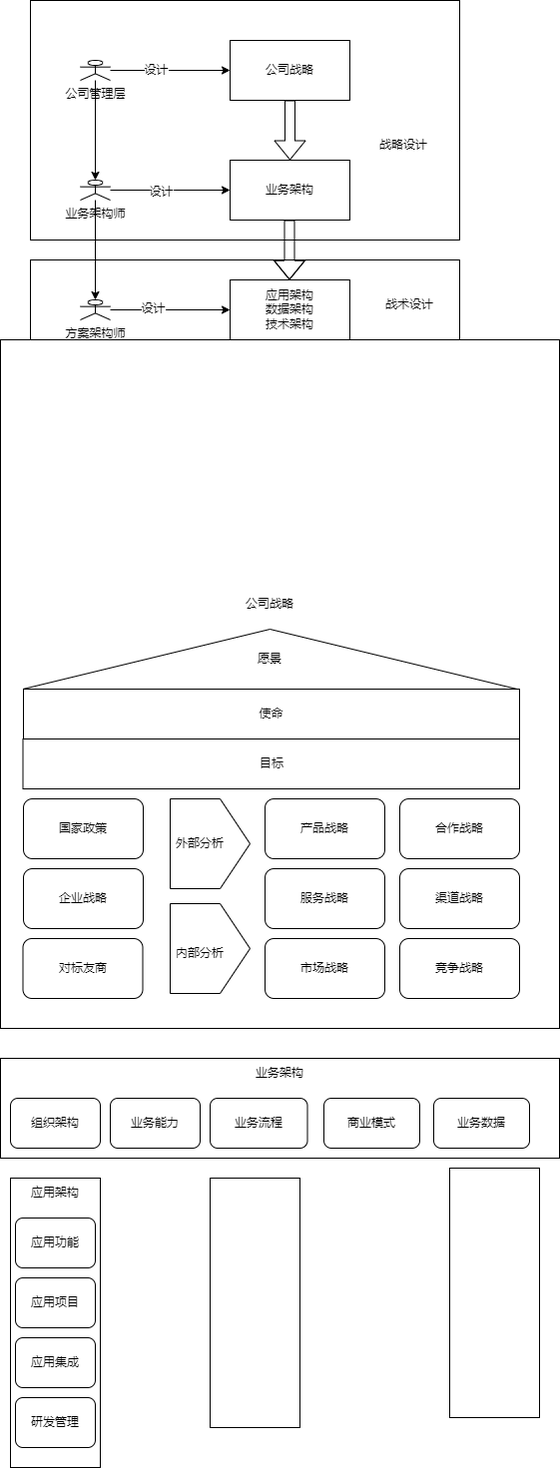
Earlier version of the draw.io export doc/business_architect.png (suibianlx/business_architect). Source tidied: cells renumbered, new cells last; positions are measured from the earlier drawing's top-left corner, leaving out a move shared by most shapes.
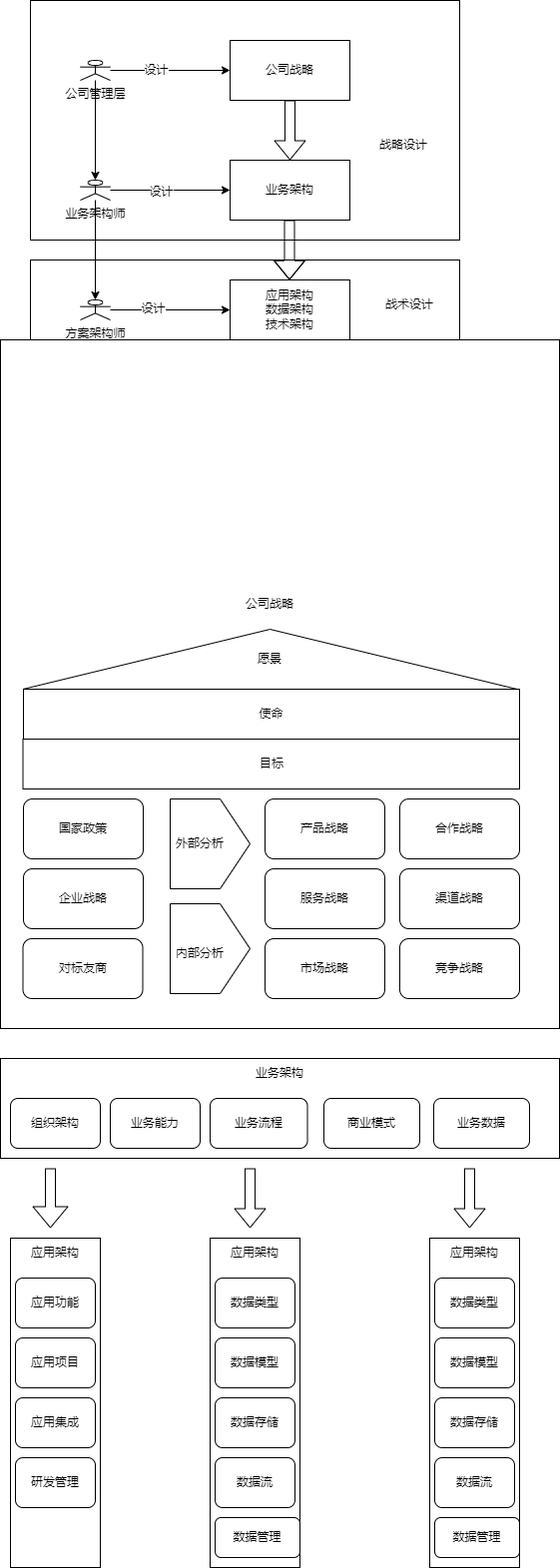
After the change.

What changed in the source:
```diff
@@ -146,29 +146,92 @@
     <mxCell id="47" value="业务架构" style="text;html=1;strokeColor=none;fillColor=none;align=center;verticalAlign=middle;whiteSpace=wrap;rounded=0;" parent="1" vertex="1">
       <mxGeometry x="250" y="1060" width="60" height="30" as="geometry" />
     </mxCell>
+    <mxCell id="56" style="group;" parent="1" vertex="1">
+      <mxGeometry x="10" y="1240" width="90" height="330" as="geometry" />
+    </mxCell>
-    <mxCell id="48" style="rounded=0;whiteSpace=wrap;html=1;" parent="1" vertex="1">
-      <mxGeometry x="10" y="1180" width="90" height="290" as="geometry" />
+    <mxCell id="48" style="rounded=0;whiteSpace=wrap;html=1;" parent="56" vertex="1">
+      <mxGeometry width="90" height="330" as="geometry" />
     </mxCell>
-    <mxCell id="49" style="rounded=0;whiteSpace=wrap;html=1;" parent="1" vertex="1">
-      <mxGeometry x="210" y="1180" width="90" height="250" as="geometry" />
-    </mxCell>
-    <mxCell id="50" style="rounded=0;whiteSpace=wrap;html=1;" parent="1" vertex="1">
-      <mxGeometry x="450" y="1170" width="90" height="250" as="geometry" />
-    </mxCell>
-    <mxCell id="51" value="应用功能" style="rounded=1;whiteSpace=wrap;html=1;" parent="1" vertex="1">
-      <mxGeometry x="15" y="1220" width="80" height="50" as="geometry" />
+    <mxCell id="51" value="应用功能" style="rounded=1;whiteSpace=wrap;html=1;" parent="56" vertex="1">
+      <mxGeometry x="5" y="40" width="80" height="50" as="geometry" />
     </mxCell>
-    <mxCell id="52" value="应用项目" style="rounded=1;whiteSpace=wrap;html=1;" parent="1" vertex="1">
-      <mxGeometry x="15" y="1280" width="80" height="50" as="geometry" />
+    <mxCell id="52" value="应用项目" style="rounded=1;whiteSpace=wrap;html=1;" parent="56" vertex="1">
+      <mxGeometry x="5" y="100" width="80" height="50" as="geometry" />
     </mxCell>
-    <mxCell id="53" value="应用集成" style="rounded=1;whiteSpace=wrap;html=1;" parent="1" vertex="1">
-      <mxGeometry x="15" y="1340" width="80" height="50" as="geometry" />
+    <mxCell id="53" value="应用集成" style="rounded=1;whiteSpace=wrap;html=1;" parent="56" vertex="1">
+      <mxGeometry x="5" y="160" width="80" height="50" as="geometry" />
     </mxCell>
-    <mxCell id="54" value="研发管理" style="rounded=1;whiteSpace=wrap;html=1;" parent="1" vertex="1">
-      <mxGeometry x="15" y="1400" width="80" height="50" as="geometry" />
+    <mxCell id="54" value="研发管理" style="rounded=1;whiteSpace=wrap;html=1;" parent="56" vertex="1">
+      <mxGeometry x="5" y="220" width="80" height="50" as="geometry" />
     </mxCell>
-    <mxCell id="55" value="应用架构" style="text;html=1;strokeColor=none;fillColor=none;align=center;verticalAlign=middle;whiteSpace=wrap;rounded=0;" parent="1" vertex="1">
-      <mxGeometry x="25" y="1180" width="60" height="30" as="geometry" />
+    <mxCell id="55" value="应用架构" style="text;html=1;strokeColor=none;fillColor=none;align=center;verticalAlign=middle;whiteSpace=wrap;rounded=0;" parent="56" vertex="1">
+      <mxGeometry x="15" width="60" height="30" as="geometry" />
     </mxCell>
+    <mxCell id="57" style="group;" parent="1" vertex="1">
+      <mxGeometry x="210" y="1240" width="125" height="330" as="geometry" />
+    </mxCell>
+    <mxCell id="58" style="rounded=0;whiteSpace=wrap;html=1;" parent="57" vertex="1">
+      <mxGeometry width="90" height="330" as="geometry" />
+    </mxCell>
+    <mxCell id="59" value="数据类型" style="rounded=1;whiteSpace=wrap;html=1;" parent="57" vertex="1">
+      <mxGeometry x="5" y="40" width="80" height="50" as="geometry" />
+    </mxCell>
+    <mxCell id="60" value="数据模型" style="rounded=1;whiteSpace=wrap;html=1;" parent="57" vertex="1">
+      <mxGeometry x="5" y="100" width="80" height="50" as="geometry" />
+    </mxCell>
+    <mxCell id="61" value="数据存储" style="rounded=1;whiteSpace=wrap;html=1;" parent="57" vertex="1">
+      <mxGeometry x="5" y="160" width="80" height="50" as="geometry" />
+    </mxCell>
+    <mxCell id="62" value="数据流" style="rounded=1;whiteSpace=wrap;html=1;" parent="57" vertex="1">
+      <mxGeometry x="5" y="220" width="80" height="50" as="geometry" />
+    </mxCell>
+    <mxCell id="63" value="应用架构" style="text;html=1;strokeColor=none;fillColor=none;align=center;verticalAlign=middle;whiteSpace=wrap;rounded=0;" parent="57" vertex="1">
+      <mxGeometry x="15" width="60" height="30" as="geometry" />
+    </mxCell>
+    <mxCell id="64" value="数据管理" style="rounded=1;whiteSpace=wrap;html=1;" parent="57" vertex="1">
+      <mxGeometry x="5" y="280" width="85" height="40" as="geometry" />
+    </mxCell>
+    <mxCell id="65" style="shape=flexArrow;endArrow=classic;html=1;rounded=0;endWidth=24;endSize=6.67;" parent="1" edge="1">
+      <mxGeometry relative="1" as="geometry">
+        <mxPoint x="50" y="1170" as="sourcePoint" />
+        <mxPoint x="50" y="1230" as="targetPoint" />
+      </mxGeometry>
+    </mxCell>
+    <mxCell id="66" style="shape=flexArrow;endArrow=classic;html=1;rounded=0;" parent="1" edge="1">
+      <mxGeometry relative="1" as="geometry">
+        <mxPoint x="250" y="1170" as="sourcePoint" />
+        <mxPoint x="250" y="1230" as="targetPoint" />
+      </mxGeometry>
+    </mxCell>
+    <mxCell id="67" style="group;" parent="1" vertex="1">
+      <mxGeometry x="430" y="1240" width="125" height="330" as="geometry" />
+    </mxCell>
+    <mxCell id="68" style="rounded=0;whiteSpace=wrap;html=1;" parent="67" vertex="1">
+      <mxGeometry width="90" height="330" as="geometry" />
+    </mxCell>
+    <mxCell id="69" value="数据类型" style="rounded=1;whiteSpace=wrap;html=1;" parent="67" vertex="1">
+      <mxGeometry x="5" y="40" width="80" height="50" as="geometry" />
+    </mxCell>
+    <mxCell id="70" value="数据模型" style="rounded=1;whiteSpace=wrap;html=1;" parent="67" vertex="1">
+      <mxGeometry x="5" y="100" width="80" height="50" as="geometry" />
+    </mxCell>
+    <mxCell id="71" value="数据存储" style="rounded=1;whiteSpace=wrap;html=1;" parent="67" vertex="1">
+      <mxGeometry x="5" y="160" width="80" height="50" as="geometry" />
+    </mxCell>
+    <mxCell id="72" value="数据流" style="rounded=1;whiteSpace=wrap;html=1;" parent="67" vertex="1">
+      <mxGeometry x="5" y="220" width="80" height="50" as="geometry" />
+    </mxCell>
+    <mxCell id="73" value="应用架构" style="text;html=1;strokeColor=none;fillColor=none;align=center;verticalAlign=middle;whiteSpace=wrap;rounded=0;" parent="67" vertex="1">
+      <mxGeometry x="15" width="60" height="30" as="geometry" />
+    </mxCell>
+    <mxCell id="74" value="数据管理" style="rounded=1;whiteSpace=wrap;html=1;" parent="67" vertex="1">
+      <mxGeometry x="5" y="280" width="85" height="40" as="geometry" />
+    </mxCell>
+    <mxCell id="75" style="shape=flexArrow;endArrow=classic;html=1;rounded=0;" parent="1" edge="1">
+      <mxGeometry relative="1" as="geometry">
+        <mxPoint x="470" y="1170" as="sourcePoint" />
+        <mxPoint x="470" y="1230" as="targetPoint" />
+      </mxGeometry>
+    </mxCell>
   </root>
 </mxGraphModel>
```
